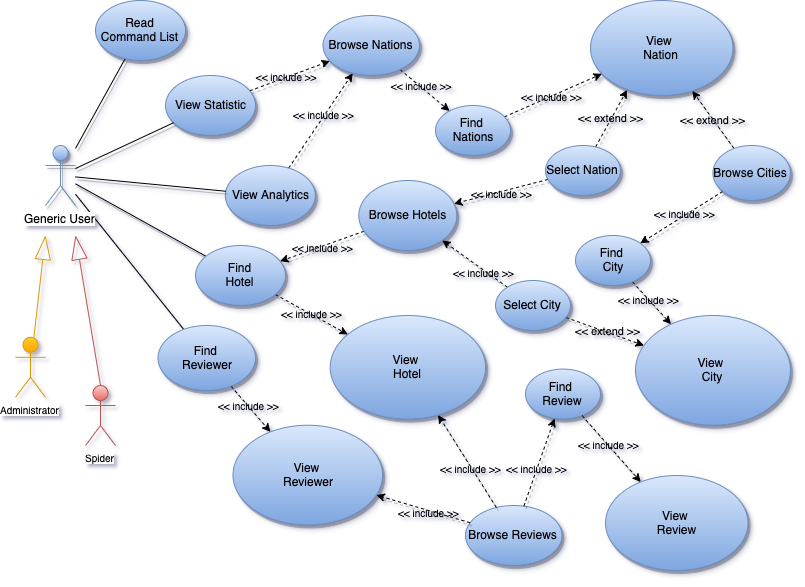
MatteoDJon/Task2LSMDB keeps this draw.io diagram as img/uml_generic_user.png. Above is the earlier version. Source tidied: cells renumbered, new cells last; positions are measured from the earlier drawing's top-left corner, leaving out a move shared by most shapes.
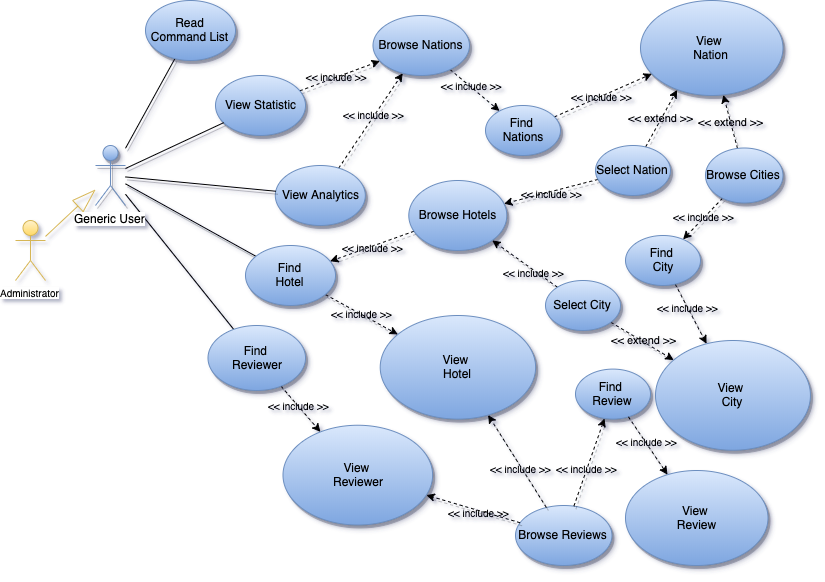
After the change.

The edit, as a diff of the source:
```diff
@@ -17,18 +17,18 @@
     <mxCell id="6" style="rounded=0;jettySize=auto;html=1;dashed=1;shadow=1;fillColor=#60a917;strokeColor=#000000;" parent="1" edge="1" source="8" target="16">
       <mxGeometry relative="1" as="geometry" />
     </mxCell>
-    <mxCell id="7" value="&lt;&lt; include &gt;&gt;" style="text;align=center;verticalAlign=middle;labelBackgroundColor=none;fontSize=10;" parent="6" vertex="1">
-      <mxGeometry x="-0.11" relative="1" as="geometry" />
-    </mxCell>
+    <mxCell id="65" value="&lt;&lt; include &gt;&gt;" style="text;align=center;verticalAlign=middle;labelBackgroundColor=none;fontSize=10;" parent="6" vertex="1">
+      <mxGeometry x="-0.11" relative="1" as="geometry" />
+    </mxCell>
     <mxCell id="8" value="View Statistic" style="ellipse;whiteSpace=wrap;html=1;fillColor=#dae8fc;strokeColor=#6c8ebf;shadow=1;gradientColor=#7ea6e0;" parent="1" vertex="1">
       <mxGeometry x="150" y="75" width="90" height="60" as="geometry" />
     </mxCell>
     <mxCell id="9" style="edgeStyle=none;rounded=0;jettySize=auto;html=1;dashed=1;endArrow=classic;endFill=1;shadow=1;fillColor=#60a917;strokeColor=#000000;" parent="1" edge="1" source="11" target="16">
       <mxGeometry relative="1" as="geometry" />
     </mxCell>
-    <mxCell id="10" value="&lt;&lt; include &gt;&gt;" style="text;align=center;verticalAlign=middle;labelBackgroundColor=none;fontSize=10;" parent="9" vertex="1">
-      <mxGeometry x="0.1" y="1" relative="1" as="geometry" />
-    </mxCell>
+    <mxCell id="66" value="&lt;&lt; include &gt;&gt;" style="text;align=center;verticalAlign=middle;labelBackgroundColor=none;fontSize=10;" parent="9" vertex="1">
+      <mxGeometry x="0.1" y="1" relative="1" as="geometry" />
+    </mxCell>
     <mxCell id="11" value="View Analytics" style="ellipse;whiteSpace=wrap;html=1;fillColor=#dae8fc;strokeColor=#6c8ebf;shadow=1;gradientColor=#7ea6e0;" parent="1" vertex="1">
       <mxGeometry x="209.8" y="165" width="90" height="60" as="geometry" />
     </mxCell>
@@ -41,9 +41,9 @@
     <mxCell id="14" style="edgeStyle=none;rounded=0;jettySize=auto;html=1;dashed=1;fillColor=#60a917;strokeColor=#000000;" parent="1" edge="1" source="16" target="20">
       <mxGeometry relative="1" as="geometry" />
     </mxCell>
-    <mxCell id="15" value="&lt;&lt; include &gt;&gt;" style="text;align=center;verticalAlign=middle;labelBackgroundColor=none;fontSize=10;" parent="14" vertex="1">
-      <mxGeometry x="-0.15" relative="1" as="geometry" />
-    </mxCell>
+    <mxCell id="67" value="&lt;&lt; include &gt;&gt;" style="text;align=center;verticalAlign=middle;labelBackgroundColor=none;fontSize=10;" parent="14" vertex="1">
+      <mxGeometry x="-0.15" relative="1" as="geometry" />
+    </mxCell>
     <mxCell id="16" value="Browse Nations" style="ellipse;whiteSpace=wrap;html=1;fillColor=#dae8fc;strokeColor=#6c8ebf;shadow=1;gradientColor=#7ea6e0;" parent="1" vertex="1">
       <mxGeometry x="307.5" y="15" width="96.5" height="60" as="geometry" />
     </mxCell>
@@ -53,26 +53,26 @@
     <mxCell id="18" value="&lt;span style=&quot;color: rgba(0 , 0 , 0 , 0) ; font-family: monospace ; font-size: 0px ; background-color: rgb(248 , 249 , 250)&quot;&gt;%3CmxGraphModel%3E%3Croot%3E%3CmxCell%20id%3D%220%22%2F%3E%3CmxCell%20id%3D%221%22%20parent%3D%220%22%2F%3E%3CmxCell%20id%3D%222%22%20value%3D%22%26lt%3B%26lt%3B%20include%20%26gt%3B%26gt%3B%22%20style%3D%22text%3Balign%3Dcenter%3BverticalAlign%3Dmiddle%3Bresizable%3D0%3Bpoints%3D%5B%5D%3BlabelBackgroundColor%3Dnone%3BfontSize%3D10%3B%22%20vertex%3D%221%22%20connectable%3D%220%22%20parent%3D%221%22%3E%3CmxGeometry%20x%3D%22412.5997044772905%22%20y%3D%2293.68115078463723%22%20as%3D%22geometry%22%3E%3CmxPoint%20as%3D%22offset%22%2F%3E%3C%2FmxGeometry%3E%3C%2FmxCell%3E%3C%2Froot%3E%3C%2FmxGraphModel%3E&lt;/span&gt;&lt;span style=&quot;color: rgba(0 , 0 , 0 , 0) ; font-family: monospace ; font-size: 0px ; background-color: rgb(248 , 249 , 250)&quot;&gt;%3CmxGraphModel%3E%3Croot%3E%3CmxCell%20id%3D%220%22%2F%3E%3CmxCell%20id%3D%221%22%20parent%3D%220%22%2F%3E%3CmxCell%20id%3D%222%22%20value%3D%22%26lt%3B%26lt%3B%20include%20%26gt%3B%26gt%3B%22%20style%3D%22text%3Balign%3Dcenter%3BverticalAlign%3Dmiddle%3Bresizable%3D0%3Bpoints%3D%5B%5D%3BlabelBackgroundColor%3Dnone%3BfontSize%3D10%3B%22%20vertex%3D%221%22%20connectable%3D%220%22%20parent%3D%221%22%3E%3CmxGeometry%20x%3D%22412.5997044772905%22%20y%3D%2293.68115078463723%22%20as%3D%22geometry%22%3E%3CmxPoint%20as%3D%22offset%22%2F%3E%3C%2FmxGeometry%3E%3C%2FmxCell%3E%3C%2Froot%3E%3C%2FmxGraphModel%3E&lt;/span&gt;" style="text;html=1;align=center;verticalAlign=middle;labelBackgroundColor=#ffffff;fontSize=10;" parent="17" vertex="1">
       <mxGeometry x="-0.12" y="-1" relative="1" as="geometry" />
     </mxCell>
-    <mxCell id="19" value="&lt;span style=&quot;&quot;&gt;&amp;lt;&amp;lt; include &amp;gt;&amp;gt;&lt;/span&gt;" style="text;html=1;align=center;verticalAlign=middle;labelBackgroundColor=none;fontSize=10;" parent="17" vertex="1">
-      <mxGeometry x="-0.04" relative="1" as="geometry" />
-    </mxCell>
+    <mxCell id="68" value="&lt;span style=&quot;&quot;&gt;&amp;lt;&amp;lt; include &amp;gt;&amp;gt;&lt;/span&gt;" style="text;html=1;align=center;verticalAlign=middle;labelBackgroundColor=none;fontSize=10;" parent="17" vertex="1">
+      <mxGeometry x="-0.04" relative="1" as="geometry" />
+    </mxCell>
     <mxCell id="20" value="Find &lt;br&gt;Nations" style="ellipse;whiteSpace=wrap;html=1;fillColor=#dae8fc;strokeColor=#6c8ebf;shadow=1;gradientColor=#7ea6e0;" parent="1" vertex="1">
       <mxGeometry x="420" y="105" width="75" height="50" as="geometry" />
     </mxCell>
     <mxCell id="21" value="View&amp;nbsp;&lt;br&gt;Nation" style="ellipse;whiteSpace=wrap;html=1;fillColor=#dae8fc;strokeColor=#6c8ebf;shadow=1;gradientColor=#7ea6e0;" parent="1" vertex="1">
       <mxGeometry x="575" width="142.5" height="95" as="geometry" />
     </mxCell>
-    <mxCell id="22" value="&amp;lt;&amp;lt; extend &amp;gt;&amp;gt;" style="edgeStyle=none;rounded=0;jettySize=auto;html=1;dashed=1;endArrow=classic;endFill=1;shadow=1;labelBackgroundColor=none;" parent="1" edge="1" source="25">
-      <mxGeometry relative="1" as="geometry">
-        <mxPoint x="611.6" y="89.4" as="targetPoint" />
-      </mxGeometry>
-    </mxCell>
+    <mxCell id="69" value="&amp;lt;&amp;lt; extend &amp;gt;&amp;gt;" style="edgeStyle=none;rounded=0;jettySize=auto;html=1;dashed=1;endArrow=classic;endFill=1;shadow=1;labelBackgroundColor=none;" parent="1" edge="1" source="25">
+      <mxGeometry relative="1" as="geometry">
+        <mxPoint x="611.6" y="89.4" as="targetPoint" />
+      </mxGeometry>
+    </mxCell>
     <mxCell id="23" style="edgeStyle=none;rounded=0;jettySize=auto;html=1;dashed=1;endArrow=classic;endFill=1;shadow=1;" parent="1" edge="1" source="25" target="38">
       <mxGeometry relative="1" as="geometry" />
     </mxCell>
-    <mxCell id="24" value="&lt;span style=&quot;&quot;&gt;&amp;lt;&amp;lt; include &amp;gt;&amp;gt;&lt;/span&gt;" style="text;html=1;align=center;verticalAlign=middle;labelBackgroundColor=none;fontSize=10;" parent="23" vertex="1">
-      <mxGeometry x="-0.01" y="1" relative="1" as="geometry" />
-    </mxCell>
+    <mxCell id="70" value="&lt;span style=&quot;&quot;&gt;&amp;lt;&amp;lt; include &amp;gt;&amp;gt;&lt;/span&gt;" style="text;html=1;align=center;verticalAlign=middle;labelBackgroundColor=none;fontSize=10;" parent="23" vertex="1">
+      <mxGeometry x="-0.01" y="1" relative="1" as="geometry" />
+    </mxCell>
     <mxCell id="25" value="Select Nation" style="ellipse;whiteSpace=wrap;html=1;fillColor=#dae8fc;strokeColor=#6c8ebf;shadow=1;gradientColor=#7ea6e0;" parent="1" vertex="1">
       <mxGeometry x="530" y="145" width="75" height="50" as="geometry" />
     </mxCell>
@@ -82,14 +82,14 @@
     <mxCell id="27" style="edgeStyle=none;rounded=0;jettySize=auto;html=1;dashed=1;endArrow=classic;endFill=1;shadow=1;" parent="1" edge="1" source="29" target="49">
       <mxGeometry relative="1" as="geometry" />
     </mxCell>
-    <mxCell id="28" value="&lt;span style=&quot;&quot;&gt;&amp;lt;&amp;lt; include &amp;gt;&amp;gt;&lt;/span&gt;" style="text;html=1;align=center;verticalAlign=middle;labelBackgroundColor=none;fontSize=10;" parent="27" vertex="1">
-      <mxGeometry x="-0.08" y="-2" relative="1" as="geometry" />
-    </mxCell>
+    <mxCell id="71" value="&lt;span style=&quot;&quot;&gt;&amp;lt;&amp;lt; include &amp;gt;&amp;gt;&lt;/span&gt;" style="text;html=1;align=center;verticalAlign=middle;labelBackgroundColor=none;fontSize=10;" parent="27" vertex="1">
+      <mxGeometry x="-0.08" y="-2" relative="1" as="geometry" />
+    </mxCell>
     <mxCell id="29" value="Browse Cities" style="ellipse;whiteSpace=wrap;html=1;fillColor=#dae8fc;strokeColor=#6c8ebf;shadow=1;gradientColor=#7ea6e0;" parent="1" vertex="1">
-      <mxGeometry x="697.4" y="145" width="77.5" height="55" as="geometry" />
+      <mxGeometry x="640" y="147.5" width="77.5" height="55" as="geometry" />
     </mxCell>
     <mxCell id="30" value="View&amp;nbsp;&lt;br&gt;City" style="ellipse;whiteSpace=wrap;html=1;fillColor=#dae8fc;strokeColor=#6c8ebf;shadow=1;gradientColor=#7ea6e0;" parent="1" vertex="1">
-      <mxGeometry x="620" y="315" width="154.9" height="109.7" as="geometry" />
+      <mxGeometry x="590" y="340" width="154.9" height="109.7" as="geometry" />
     </mxCell>
     <mxCell id="31" value="&lt;span style=&quot;color: rgba(0 , 0 , 0 , 0) ; font-family: monospace ; font-size: 0px ; background-color: rgb(248 , 249 , 250)&quot;&gt;%3CmxGraphModel%3E%3Croot%3E%3CmxCell%20id%3D%220%22%2F%3E%3CmxCell%20id%3D%221%22%20parent%3D%220%22%2F%3E%3CmxCell%20id%3D%222%22%20value%3D%22%26amp%3Blt%3B%26amp%3Blt%3B%20extend%20%26amp%3Bgt%3B%26amp%3Bgt%3B%22%20style%3D%22edgeStyle%3Dnone%3Brounded%3D0%3BorthogonalLoop%3D1%3BjettySize%3Dauto%3Bhtml%3D1%3Bdashed%3D1%3BendArrow%3Dclassic%3BendFill%3D1%3Bshadow%3D1%3B%22%20edge%3D%221%22%20parent%3D%221%22%3E%3CmxGeometry%20relative%3D%221%22%20as%3D%22geometry%22%3E%3CmxPoint%20x%3D%22584.3606180702795%22%20y%3D%22163.01770083657925%22%20as%3D%22sourcePoint%22%2F%3E%3CmxPoint%20x%3D%22631.6137493807867%22%20y%3D%22104.37369975044908%22%20as%3D%22targetPoint%22%2F%3E%3C%2FmxGeometry%3E%3C%2FmxCell%3E%3C%2Froot%3E%3C%2FmxGraphModel%3E&lt;/span&gt;" style="edgeStyle=none;rounded=0;jettySize=auto;html=1;dashed=1;endArrow=classic;endFill=1;shadow=1;" parent="1" edge="1" source="35" target="30">
       <mxGeometry relative="1" as="geometry" />
@@ -100,20 +100,20 @@
     <mxCell id="33" style="edgeStyle=none;rounded=0;jettySize=auto;html=1;dashed=1;endArrow=classic;endFill=1;shadow=1;" parent="1" edge="1" source="35" target="38">
       <mxGeometry relative="1" as="geometry" />
     </mxCell>
-    <mxCell id="34" value="&lt;span style=&quot;&quot;&gt;&amp;lt;&amp;lt; include &amp;gt;&amp;gt;&lt;/span&gt;" style="text;html=1;align=center;verticalAlign=middle;labelBackgroundColor=none;fontSize=10;" parent="33" vertex="1">
-      <mxGeometry x="-0.33" y="1" relative="1" as="geometry">
-        <mxPoint x="-1" as="offset" />
-      </mxGeometry>
-    </mxCell>
+    <mxCell id="72" value="&lt;span style=&quot;&quot;&gt;&amp;lt;&amp;lt; include &amp;gt;&amp;gt;&lt;/span&gt;" style="text;html=1;align=center;verticalAlign=middle;labelBackgroundColor=none;fontSize=10;" parent="33" vertex="1">
+      <mxGeometry x="-0.33" y="1" relative="1" as="geometry">
+        <mxPoint x="-1" as="offset" />
+      </mxGeometry>
+    </mxCell>
     <mxCell id="35" value="Select City" style="ellipse;whiteSpace=wrap;html=1;fillColor=#dae8fc;strokeColor=#6c8ebf;shadow=1;gradientColor=#7ea6e0;" parent="1" vertex="1">
       <mxGeometry x="480" y="280" width="75" height="50" as="geometry" />
     </mxCell>
     <mxCell id="36" style="edgeStyle=none;rounded=0;jettySize=auto;html=1;dashed=1;endArrow=classic;endFill=1;shadow=1;" parent="1" edge="1" source="38" target="42">
       <mxGeometry relative="1" as="geometry" />
     </mxCell>
-    <mxCell id="37" value="&lt;span style=&quot;&quot;&gt;&amp;lt;&amp;lt; include &amp;gt;&amp;gt;&lt;/span&gt;" style="text;html=1;align=center;verticalAlign=middle;labelBackgroundColor=none;fontSize=10;" parent="36" vertex="1">
-      <mxGeometry x="-0.02" y="1" relative="1" as="geometry" />
-    </mxCell>
+    <mxCell id="73" value="&lt;span style=&quot;&quot;&gt;&amp;lt;&amp;lt; include &amp;gt;&amp;gt;&lt;/span&gt;" style="text;html=1;align=center;verticalAlign=middle;labelBackgroundColor=none;fontSize=10;" parent="36" vertex="1">
+      <mxGeometry x="-0.02" y="1" relative="1" as="geometry" />
+    </mxCell>
     <mxCell id="38" value="Browse Hotels" style="ellipse;whiteSpace=wrap;html=1;fillColor=#dae8fc;strokeColor=#6c8ebf;shadow=1;gradientColor=#7ea6e0;" parent="1" vertex="1">
       <mxGeometry x="343.3" y="180" width="98" height="70" as="geometry" />
     </mxCell>
@@ -132,9 +132,9 @@
     <mxCell id="43" style="edgeStyle=none;rounded=0;jettySize=auto;html=1;dashed=1;endArrow=classic;endFill=1;shadow=1;" parent="1" edge="1" source="45" target="46">
       <mxGeometry relative="1" as="geometry" />
     </mxCell>
-    <mxCell id="44" value="&lt;span style=&quot;&quot;&gt;&amp;lt;&amp;lt; include &amp;gt;&amp;gt;&lt;/span&gt;" style="text;html=1;align=center;verticalAlign=middle;labelBackgroundColor=none;fontSize=10;" parent="43" vertex="1">
-      <mxGeometry x="-0.13" y="1" relative="1" as="geometry" />
-    </mxCell>
+    <mxCell id="74" value="&lt;span style=&quot;&quot;&gt;&amp;lt;&amp;lt; include &amp;gt;&amp;gt;&lt;/span&gt;" style="text;html=1;align=center;verticalAlign=middle;labelBackgroundColor=none;fontSize=10;" parent="43" vertex="1">
+      <mxGeometry x="-0.13" y="1" relative="1" as="geometry" />
+    </mxCell>
     <mxCell id="45" value="Find &lt;br&gt;Reviewer" style="ellipse;whiteSpace=wrap;html=1;fillColor=#dae8fc;strokeColor=#6c8ebf;shadow=1;gradientColor=#7ea6e0;" parent="1" vertex="1">
       <mxGeometry x="142.5" y="325" width="97.5" height="65" as="geometry" />
     </mxCell>
@@ -144,60 +144,50 @@
     <mxCell id="47" style="edgeStyle=none;rounded=0;jettySize=auto;html=1;dashed=1;endArrow=classic;endFill=1;shadow=1;" parent="1" edge="1" source="49" target="30">
       <mxGeometry relative="1" as="geometry" />
     </mxCell>
-    <mxCell id="48" value="&lt;span style=&quot;&quot;&gt;&amp;lt;&amp;lt; include &amp;gt;&amp;gt;&lt;/span&gt;" style="text;html=1;align=center;verticalAlign=middle;labelBackgroundColor=none;fontSize=10;" parent="47" vertex="1">
-      <mxGeometry x="-0.22" relative="1" as="geometry" />
-    </mxCell>
+    <mxCell id="75" value="&lt;span style=&quot;&quot;&gt;&amp;lt;&amp;lt; include &amp;gt;&amp;gt;&lt;/span&gt;" style="text;html=1;align=center;verticalAlign=middle;labelBackgroundColor=none;fontSize=10;" parent="47" vertex="1">
+      <mxGeometry x="-0.22" relative="1" as="geometry" />
+    </mxCell>
     <mxCell id="49" value="Find &lt;br&gt;City" style="ellipse;whiteSpace=wrap;html=1;fillColor=#dae8fc;strokeColor=#6c8ebf;shadow=1;gradientColor=#7ea6e0;" parent="1" vertex="1">
       <mxGeometry x="560" y="235" width="75" height="50" as="geometry" />
     </mxCell>
-    <mxCell id="50" style="edgeStyle=none;rounded=0;jettySize=auto;html=1;labelBackgroundColor=none;endArrow=blockThin;endFill=0;endSize=22;strokeColor=#d79b00;strokeWidth=1;fontSize=10;fillColor=#ffcd28;gradientColor=#ffa500;" parent="1" edge="1" source="51">
-      <mxGeometry relative="1" as="geometry">
-        <mxPoint x="30" y="235" as="targetPoint" />
-      </mxGeometry>
-    </mxCell>
+    <mxCell id="76" style="edgeStyle=none;rounded=0;jettySize=auto;html=1;labelBackgroundColor=none;endArrow=blockThin;endFill=0;endSize=22;strokeColor=#d6b656;strokeWidth=1;fontSize=10;gradientColor=#ffd966;fillColor=#fff2cc;" parent="1" edge="1" source="51" target="3">
+      <mxGeometry relative="1" as="geometry" />
+    </mxCell>
-    <mxCell id="51" value="Administrator" style="shape=umlActor;verticalLabelPosition=bottom;labelBackgroundColor=#ffffff;verticalAlign=top;html=1;outlineConnect=0;fillColor=#ffcd28;fontSize=10;strokeColor=#d79b00;gradientColor=#ffa500;" parent="1" vertex="1">
-      <mxGeometry y="336.8" width="30" height="60" as="geometry" />
+    <mxCell id="51" value="Administrator&lt;br&gt;" style="shape=umlActor;verticalLabelPosition=bottom;labelBackgroundColor=#ffffff;verticalAlign=top;html=1;outlineConnect=0;fillColor=#fff2cc;fontSize=10;gradientColor=#ffd966;strokeColor=#d6b656;" parent="1" vertex="1">
+      <mxGeometry x="-50" y="220" width="30" height="60" as="geometry" />
     </mxCell>
-    <mxCell id="52" style="edgeStyle=none;rounded=0;jettySize=auto;html=1;exitX=0.5;exitY=0;exitDx=0;exitDy=0;exitPerimeter=0;labelBackgroundColor=none;endArrow=blockThin;endFill=0;endSize=22;strokeColor=#b85450;strokeWidth=1;fontSize=10;gradientColor=#ea6b66;fillColor=#f8cecc;" parent="1" edge="1" source="53">
-      <mxGeometry relative="1" as="geometry">
-        <mxPoint x="60" y="235" as="targetPoint" />
-      </mxGeometry>
-    </mxCell>
-    <mxCell id="53" value="Spider" style="shape=umlActor;verticalLabelPosition=bottom;labelBackgroundColor=#ffffff;verticalAlign=top;html=1;outlineConnect=0;fillColor=#f8cecc;fontSize=10;gradientColor=#ea6b66;strokeColor=#b85450;" parent="1" vertex="1">
-      <mxGeometry x="70" y="385" width="30" height="60" as="geometry" />
-    </mxCell>
     <mxCell id="54" value="Browse Reviews" style="ellipse;whiteSpace=wrap;html=1;fillColor=#dae8fc;strokeColor=#6c8ebf;shadow=1;gradientColor=#7ea6e0;" parent="1" vertex="1">
       <mxGeometry x="450" y="505" width="96.5" height="60" as="geometry" />
     </mxCell>
     <mxCell id="55" style="edgeStyle=none;rounded=0;jettySize=auto;html=1;dashed=1;endArrow=classic;endFill=1;shadow=1;" parent="1" edge="1" source="54" target="46">
       <mxGeometry relative="1" as="geometry" />
     </mxCell>
-    <mxCell id="56" value="&lt;span style=&quot;&quot;&gt;&amp;lt;&amp;lt; include &amp;gt;&amp;gt;&lt;/span&gt;" style="text;html=1;align=center;verticalAlign=middle;labelBackgroundColor=none;fontSize=10;" parent="55" vertex="1">
-      <mxGeometry x="-0.13" y="1" relative="1" as="geometry" />
-    </mxCell>
+    <mxCell id="77" value="&lt;span style=&quot;&quot;&gt;&amp;lt;&amp;lt; include &amp;gt;&amp;gt;&lt;/span&gt;" style="text;html=1;align=center;verticalAlign=middle;labelBackgroundColor=none;fontSize=10;" parent="55" vertex="1">
+      <mxGeometry x="-0.13" y="1" relative="1" as="geometry" />
+    </mxCell>
     <mxCell id="57" style="edgeStyle=none;rounded=0;jettySize=auto;html=1;dashed=1;endArrow=classic;endFill=1;shadow=1;" parent="1" edge="1" source="54" target="39">
       <mxGeometry relative="1" as="geometry" />
     </mxCell>
-    <mxCell id="58" value="&lt;span style=&quot;&quot;&gt;&amp;lt;&amp;lt; include &amp;gt;&amp;gt;&lt;/span&gt;" style="text;html=1;align=center;verticalAlign=middle;labelBackgroundColor=none;fontSize=10;" parent="57" vertex="1">
-      <mxGeometry x="-0.13" y="1" relative="1" as="geometry" />
-    </mxCell>
+    <mxCell id="78" value="&lt;span style=&quot;&quot;&gt;&amp;lt;&amp;lt; include &amp;gt;&amp;gt;&lt;/span&gt;" style="text;html=1;align=center;verticalAlign=middle;labelBackgroundColor=none;fontSize=10;" parent="57" vertex="1">
+      <mxGeometry x="-0.13" y="1" relative="1" as="geometry" />
+    </mxCell>
     <mxCell id="59" value="Find &lt;br&gt;Review" style="ellipse;whiteSpace=wrap;html=1;fillColor=#dae8fc;strokeColor=#6c8ebf;shadow=1;gradientColor=#7ea6e0;" parent="1" vertex="1">
       <mxGeometry x="510" y="368.6" width="75" height="50" as="geometry" />
     </mxCell>
     <mxCell id="60" value="View&amp;nbsp;&lt;br&gt;Review" style="ellipse;whiteSpace=wrap;html=1;fillColor=#dae8fc;strokeColor=#6c8ebf;shadow=1;gradientColor=#7ea6e0;" parent="1" vertex="1">
-      <mxGeometry x="590" y="475" width="142.5" height="95" as="geometry" />
+      <mxGeometry x="560" y="470" width="142.5" height="95" as="geometry" />
     </mxCell>
     <mxCell id="61" style="edgeStyle=none;rounded=0;jettySize=auto;html=1;dashed=1;endArrow=classic;endFill=1;shadow=1;" parent="1" edge="1" source="54" target="59">
       <mxGeometry relative="1" as="geometry" />
     </mxCell>
-    <mxCell id="62" value="&lt;span style=&quot;&quot;&gt;&amp;lt;&amp;lt; include &amp;gt;&amp;gt;&lt;/span&gt;" style="text;html=1;align=center;verticalAlign=middle;labelBackgroundColor=none;fontSize=10;" parent="61" vertex="1">
-      <mxGeometry x="-0.13" y="1" relative="1" as="geometry" />
-    </mxCell>
+    <mxCell id="79" value="&lt;span style=&quot;&quot;&gt;&amp;lt;&amp;lt; include &amp;gt;&amp;gt;&lt;/span&gt;" style="text;html=1;align=center;verticalAlign=middle;labelBackgroundColor=none;fontSize=10;" parent="61" vertex="1">
+      <mxGeometry x="-0.13" y="1" relative="1" as="geometry" />
+    </mxCell>
     <mxCell id="63" style="edgeStyle=none;rounded=0;jettySize=auto;html=1;dashed=1;endArrow=classic;endFill=1;shadow=1;" parent="1" edge="1" source="59" target="60">
       <mxGeometry relative="1" as="geometry" />
     </mxCell>
-    <mxCell id="64" value="&lt;span style=&quot;&quot;&gt;&amp;lt;&amp;lt; include &amp;gt;&amp;gt;&lt;/span&gt;" style="text;html=1;align=center;verticalAlign=middle;labelBackgroundColor=none;fontSize=10;" parent="63" vertex="1">
-      <mxGeometry x="-0.13" y="1" relative="1" as="geometry" />
-    </mxCell>
+    <mxCell id="80" value="&lt;span style=&quot;&quot;&gt;&amp;lt;&amp;lt; include &amp;gt;&amp;gt;&lt;/span&gt;" style="text;html=1;align=center;verticalAlign=middle;labelBackgroundColor=none;fontSize=10;" parent="63" vertex="1">
+      <mxGeometry x="-0.13" y="1" relative="1" as="geometry" />
+    </mxCell>
   </root>
 </mxGraphModel>
```
